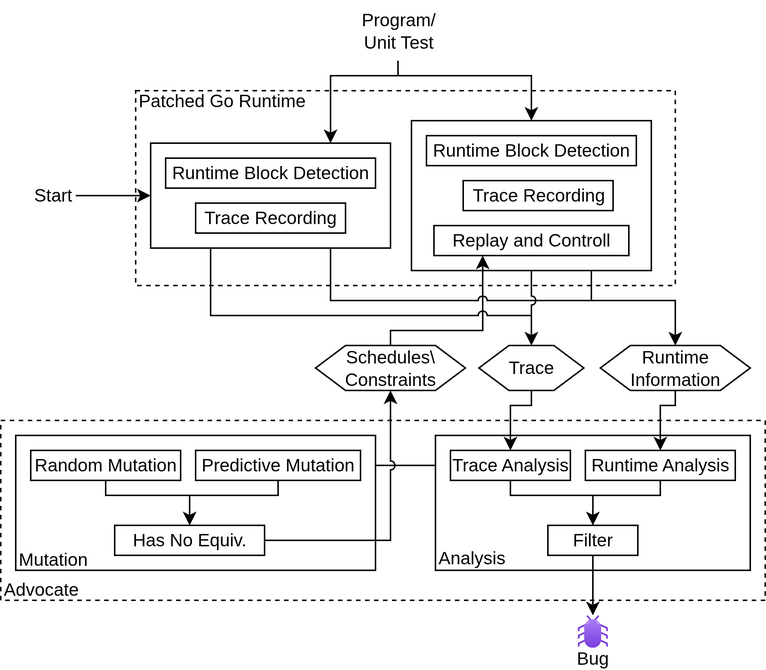
Above: doc/img/architecture/architecture.png in ErikKassubek/ADVOCATE (draw.io), before the change. Source tidied: cells renumbered, new cells last; positions are measured from the earlier drawing's top-left corner, leaving out a move shared by most shapes.
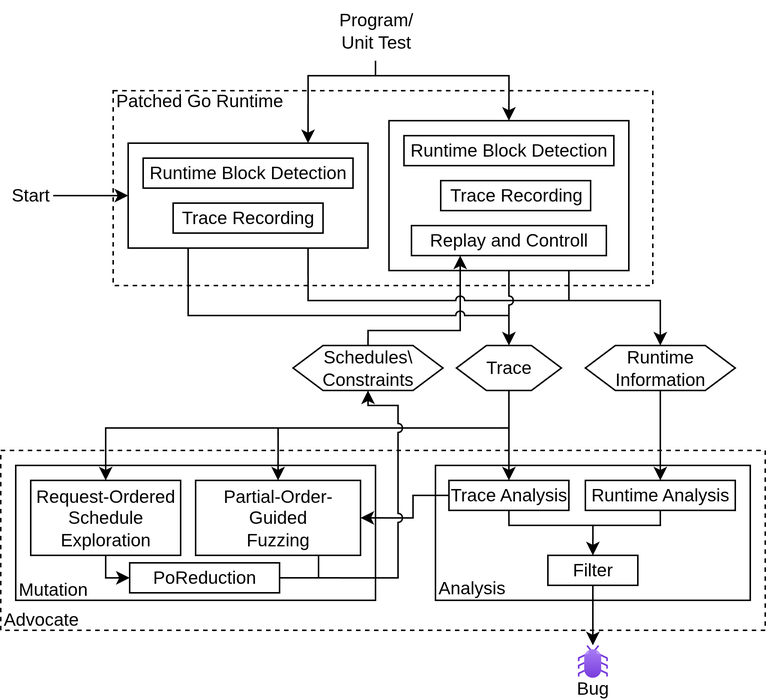
After the commit.

Diff of the diagram source:
```diff
@@ -30,11 +30,8 @@
       <mxGeometry x="10" y="10" width="140" height="20" as="geometry" />
     </mxCell>
     <mxCell id="9" style="rounded=0;whiteSpace=wrap;html=1;dashed=1;" parent="1" vertex="1">
-      <mxGeometry y="280" width="510" height="120" as="geometry" />
+      <mxGeometry x="15" y="300" width="510" height="120" as="geometry" />
     </mxCell>
-    <mxCell id="10" style="edgeStyle=orthogonalEdgeStyle;rounded=0;jettySize=auto;html=1;exitX=0;exitY=0.5;exitDx=0;exitDy=0;entryX=1;entryY=0.5;entryDx=0;entryDy=0;" parent="1" edge="1" source="22" target="41">
-      <mxGeometry relative="1" as="geometry" />
-    </mxCell>
     <mxCell id="11" style="edgeStyle=orthogonalEdgeStyle;rounded=0;jettySize=auto;html=1;exitX=0.5;exitY=0;exitDx=0;exitDy=0;entryX=0.25;entryY=1;entryDx=0;entryDy=0;" parent="1" edge="1" source="15" target="6">
       <mxGeometry relative="1" as="geometry">
         <Array as="points">
@@ -47,12 +44,12 @@
       <mxGeometry relative="1" as="geometry">
         <Array as="points">
           <mxPoint x="394" y="200" />
-          <mxPoint x="450" y="200" />
+          <mxPoint x="455" y="200" />
         </Array>
       </mxGeometry>
     </mxCell>
     <mxCell id="13" value="Runtime&lt;div&gt;Information&lt;/div&gt;" style="shape=hexagon;perimeter=hexagonPerimeter2;whiteSpace=wrap;html=1;fixedSize=1;" parent="1" vertex="1">
-      <mxGeometry x="400" y="230" width="100" height="30" as="geometry" />
+      <mxGeometry x="405" y="230" width="100" height="30" as="geometry" />
     </mxCell>
     <mxCell id="14" value="Trace" style="shape=hexagon;perimeter=hexagonPerimeter2;whiteSpace=wrap;html=1;fixedSize=1;" parent="1" vertex="1">
       <mxGeometry x="319" y="230" width="70" height="30" as="geometry" />
@@ -61,7 +58,7 @@
       <mxGeometry x="210" y="230" width="100" height="30" as="geometry" />
     </mxCell>
     <mxCell id="16" style="group;" parent="1" vertex="1">
-      <mxGeometry x="290" y="290" width="210" height="90" as="geometry" />
+      <mxGeometry x="305" y="310" width="210" height="90" as="geometry" />
     </mxCell>
     <mxCell id="17" style="rounded=0;whiteSpace=wrap;html=1;" parent="16" vertex="1">
       <mxGeometry width="210" height="90" as="geometry" />
@@ -90,7 +87,7 @@
       </mxGeometry>
     </mxCell>
     <mxCell id="22" value="Trace Analysis" style="rounded=0;whiteSpace=wrap;html=1;" parent="16" vertex="1">
-      <mxGeometry x="10" y="10" width="80" height="20" as="geometry" />
+      <mxGeometry x="9" y="10" width="80" height="20" as="geometry" />
     </mxCell>
     <mxCell id="23" value="Analysis" style="text;html=1;align=left;verticalAlign=middle;whiteSpace=wrap;rounded=0;" parent="16" vertex="1">
       <mxGeometry y="74" width="50" height="16" as="geometry" />
@@ -98,16 +95,15 @@
     <mxCell id="24" style="edgeStyle=orthogonalEdgeStyle;rounded=0;jettySize=auto;html=1;exitX=0.5;exitY=1;exitDx=0;exitDy=0;entryX=0.5;entryY=0;entryDx=0;entryDy=0;" parent="1" edge="1" source="13" target="20">
       <mxGeometry relative="1" as="geometry">
         <Array as="points">
-          <mxPoint x="450" y="270" />
-          <mxPoint x="440" y="270" />
+          <mxPoint x="455" y="270" />
+          <mxPoint x="455" y="270" />
         </Array>
       </mxGeometry>
     </mxCell>
     <mxCell id="25" style="edgeStyle=orthogonalEdgeStyle;rounded=0;jettySize=auto;html=1;exitX=0.5;exitY=1;exitDx=0;exitDy=0;entryX=0.5;entryY=0;entryDx=0;entryDy=0;" parent="1" edge="1" source="14" target="22">
       <mxGeometry relative="1" as="geometry">
         <Array as="points">
-          <mxPoint x="354" y="270" />
-          <mxPoint x="340" y="270" />
+          <mxPoint x="354" y="260" />
         </Array>
       </mxGeometry>
     </mxCell>
@@ -159,45 +155,50 @@
       </mxGeometry>
     </mxCell>
     <mxCell id="36" style="rounded=0;whiteSpace=wrap;html=1;" parent="1" vertex="1">
-      <mxGeometry x="10" y="290" width="240" height="90" as="geometry" />
+      <mxGeometry x="25" y="310" width="240" height="90" as="geometry" />
     </mxCell>
-    <mxCell id="37" style="edgeStyle=orthogonalEdgeStyle;rounded=0;jettySize=auto;html=1;exitX=0.5;exitY=1;exitDx=0;exitDy=0;entryX=0.5;entryY=0;entryDx=0;entryDy=0;" parent="1" edge="1" source="38" target="39">
+    <mxCell id="37" style="edgeStyle=orthogonalEdgeStyle;rounded=0;jettySize=auto;html=1;exitX=0.5;exitY=1;exitDx=0;exitDy=0;entryX=0;entryY=0.5;entryDx=0;entryDy=0;" parent="1" edge="1" source="38" target="39">
       <mxGeometry relative="1" as="geometry">
         <Array as="points">
-          <mxPoint x="70" y="330" />
-          <mxPoint x="126" y="330" />
+          <mxPoint x="85" y="385" />
         </Array>
       </mxGeometry>
     </mxCell>
+    <mxCell id="51" style="edgeStyle=orthogonalEdgeStyle;rounded=0;jettySize=auto;html=1;exitX=0.5;exitY=0;exitDx=0;exitDy=0;entryX=0.5;entryY=0;entryDx=0;entryDy=0;" parent="1" edge="1" target="38">
+      <mxGeometry relative="1" as="geometry">
+        <mxPoint x="200" y="290" as="sourcePoint" />
+        <Array as="points">
+          <mxPoint x="200" y="285" />
+          <mxPoint x="85" y="285" />
+        </Array>
+      </mxGeometry>
+    </mxCell>
-    <mxCell id="38" value="Random Mutation" style="rounded=0;whiteSpace=wrap;html=1;" parent="1" vertex="1">
-      <mxGeometry x="20" y="300" width="100" height="20" as="geometry" />
+    <mxCell id="38" value="Request-Ordered Schedule&lt;div&gt;Exploration&lt;/div&gt;" style="rounded=0;whiteSpace=wrap;html=1;" parent="1" vertex="1">
+      <mxGeometry x="35" y="320" width="100" height="50" as="geometry" />
     </mxCell>
-    <mxCell id="39" value="Has No Equiv." style="rounded=0;whiteSpace=wrap;html=1;" parent="1" vertex="1">
-      <mxGeometry x="76" y="350" width="100" height="20" as="geometry" />
+    <mxCell id="39" value="PoReduction" style="rounded=0;whiteSpace=wrap;html=1;" parent="1" vertex="1">
+      <mxGeometry x="101" y="375" width="100" height="20" as="geometry" />
     </mxCell>
-    <mxCell id="40" style="edgeStyle=orthogonalEdgeStyle;rounded=0;jettySize=auto;html=1;exitX=0.5;exitY=1;exitDx=0;exitDy=0;endArrow=none;endFill=0;" parent="1" edge="1" source="41">
-      <mxGeometry relative="1" as="geometry">
-        <mxPoint x="126" y="340" as="targetPoint" />
-        <Array as="points">
-          <mxPoint x="185" y="330" />
-          <mxPoint x="126" y="330" />
-        </Array>
-      </mxGeometry>
-    </mxCell>
+    <mxCell id="52" style="edgeStyle=orthogonalEdgeStyle;rounded=0;jettySize=auto;html=1;exitX=0.5;exitY=0;exitDx=0;exitDy=0;endArrow=none;endFill=0;startArrow=classic;startFill=1;" parent="1" edge="1" source="41">
+      <mxGeometry relative="1" as="geometry">
+        <mxPoint x="350" y="285" as="targetPoint" />
+        <Array as="points">
+          <mxPoint x="200" y="285" />
+          <mxPoint x="354" y="285" />
+        </Array>
+      </mxGeometry>
+    </mxCell>
-    <mxCell id="41" value="Predictive Mutation" style="rounded=0;whiteSpace=wrap;html=1;" parent="1" vertex="1">
-      <mxGeometry x="130" y="300" width="110" height="20" as="geometry" />
+    <mxCell id="41" value="Partial-Order-&lt;div&gt;Guided&lt;/div&gt;&lt;div&gt;Fuzzing&lt;/div&gt;" style="rounded=0;whiteSpace=wrap;html=1;" parent="1" vertex="1">
+      <mxGeometry x="145" y="320" width="110" height="50" as="geometry" />
     </mxCell>
-    <mxCell id="42" style="edgeStyle=orthogonalEdgeStyle;rounded=0;jettySize=auto;html=1;exitX=1;exitY=0.5;exitDx=0;exitDy=0;entryX=0.5;entryY=1;entryDx=0;entryDy=0;jumpStyle=arc;" parent="1" edge="1" source="39" target="15">
-      <mxGeometry relative="1" as="geometry" />
-    </mxCell>
     <mxCell id="43" value="Mutation" style="text;html=1;align=left;verticalAlign=middle;whiteSpace=wrap;rounded=0;" parent="1" vertex="1">
-      <mxGeometry x="10" y="366" width="47.4" height="14" as="geometry" />
+      <mxGeometry x="25" y="386" width="47.4" height="14" as="geometry" />
     </mxCell>
     <mxCell id="44" style="edgeStyle=orthogonalEdgeStyle;rounded=0;jettySize=auto;html=1;exitX=0.5;exitY=1;exitDx=0;exitDy=0;entryX=0.5;entryY=0;entryDx=0;entryDy=0;jumpStyle=arc;" parent="1" edge="1" source="5" target="14">
       <mxGeometry relative="1" as="geometry" />
     </mxCell>
     <mxCell id="45" value="Advocate" style="text;html=1;align=left;verticalAlign=middle;whiteSpace=wrap;rounded=0;" parent="1" vertex="1">
-      <mxGeometry y="386" width="60" height="14" as="geometry" />
+      <mxGeometry x="15" y="406" width="60" height="14" as="geometry" />
     </mxCell>
     <mxCell id="46" value="Patched Go Runtime" style="text;html=1;align=left;verticalAlign=middle;whiteSpace=wrap;rounded=0;" parent="1" vertex="1">
       <mxGeometry x="90" y="60" width="120" height="14" as="geometry" />
@@ -206,7 +207,7 @@
       <mxGeometry relative="1" as="geometry" />
     </mxCell>
     <mxCell id="48" style="group;" parent="1" vertex="1">
-      <mxGeometry x="375" y="410" width="40" height="36.7" as="geometry" />
+      <mxGeometry x="390" y="430" width="40" height="36.7" as="geometry" />
     </mxCell>
     <mxCell id="49" value="Bug" style="text;html=1;align=center;verticalAlign=middle;whiteSpace=wrap;rounded=0;" parent="48" vertex="1">
       <mxGeometry y="21.7" width="40" height="15" as="geometry" />
@@ -214,5 +215,28 @@
     <mxCell id="50" style="image;html=1;points=[];align=center;fontSize=12;image=img/lib/azure2/general/Bug.svg;" parent="48" vertex="1">
       <mxGeometry x="10" width="20" height="21.7" as="geometry" />
     </mxCell>
+    <mxCell id="10" style="edgeStyle=orthogonalEdgeStyle;rounded=0;jettySize=auto;html=1;exitX=0;exitY=0.5;exitDx=0;exitDy=0;entryX=1;entryY=0.5;entryDx=0;entryDy=0;" parent="1" edge="1" source="22" target="41">
+      <mxGeometry relative="1" as="geometry">
+        <Array as="points">
+          <mxPoint x="290" y="330" />
+          <mxPoint x="290" y="345" />
+        </Array>
+      </mxGeometry>
+    </mxCell>
+    <mxCell id="42" style="edgeStyle=orthogonalEdgeStyle;rounded=0;jettySize=auto;html=1;exitX=1;exitY=0.5;exitDx=0;exitDy=0;entryX=0.5;entryY=1;entryDx=0;entryDy=0;jumpStyle=arc;" parent="1" edge="1" source="39" target="15">
+      <mxGeometry relative="1" as="geometry">
+        <Array as="points">
+          <mxPoint x="280" y="385" />
+          <mxPoint x="280" y="270" />
+          <mxPoint x="260" y="270" />
+        </Array>
+      </mxGeometry>
+    </mxCell>
+    <mxCell id="53" style="endArrow=none;html=1;rounded=0;endFill=0;" parent="1" edge="1">
+      <mxGeometry relative="1" as="geometry">
+        <mxPoint x="227" y="370" as="sourcePoint" />
+        <mxPoint x="227" y="385" as="targetPoint" />
+      </mxGeometry>
+    </mxCell>
   </root>
 </mxGraphModel>
```
